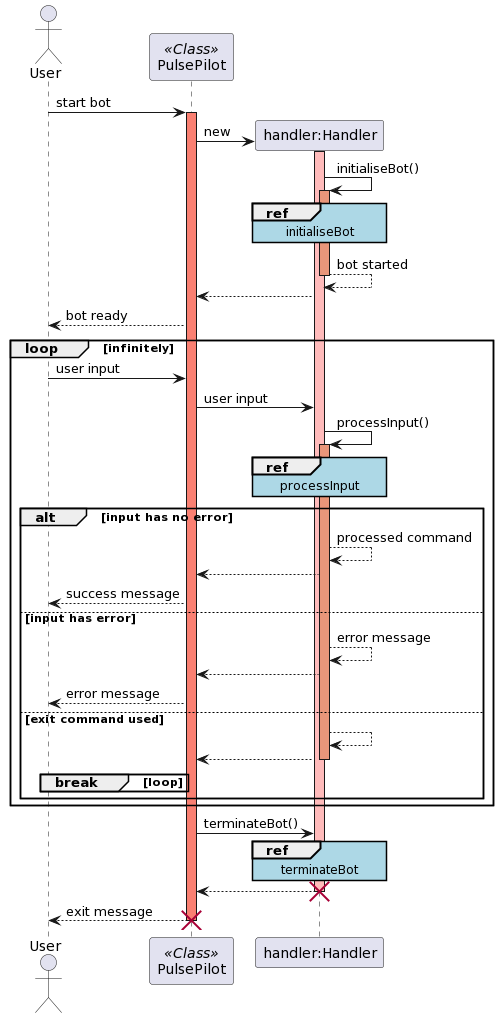
Earlier version of the PlantUML export docs/img/sequence_diagrams/handler_sequence_diagram.png (rouvinerh/tp).
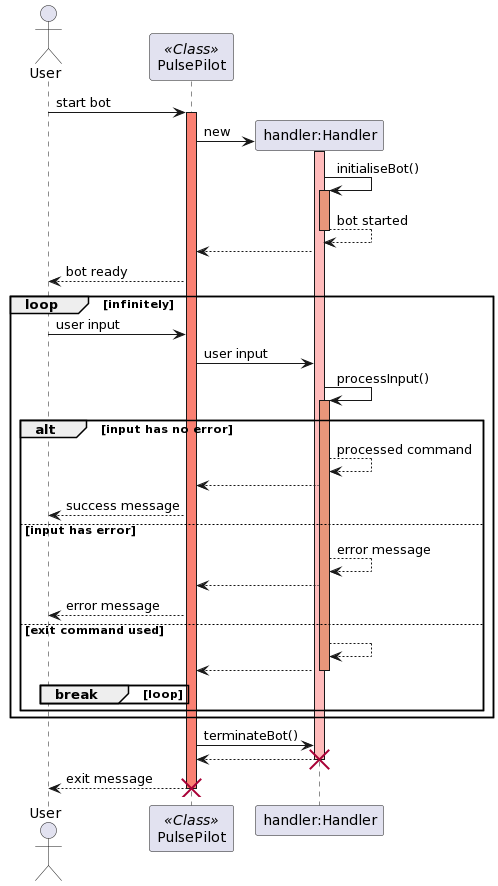
The same diagram one commit later.

The edit, as a diff of the source:
```diff
@@ -9,7 +9,6 @@
 activate "handler:Handler" #FFBBBB
 "handler:Handler" -> "handler:Handler": initialiseBot()
 activate "handler:Handler" #DarkSalmon
-ref over "handler:Handler": initialiseBot
 "handler:Handler" --> "handler:Handler": bot started
 deactivate "handler:Handler" #DarkSalmon
 "handler:Handler" --> PulsePilot
@@ -19,7 +18,6 @@
     User -> PulsePilot: user input
     PulsePilot -> "handler:Handler": user input
     "handler:Handler" -> "handler:Handler": processInput()
-    ref over "handler:Handler": processInput
     activate "handler:Handler" #DarkSalmon
     alt input has no error
         "handler:Handler" --> "handler:Handler": processed command
@@ -42,7 +40,6 @@
     end
 end
     PulsePilot -> "handler:Handler": terminateBot()
-    ref over "handler:Handler": terminateBot
     "handler:Handler" --> PulsePilot:
     destroy "handler:Handler"
     PulsePilot --> User: exit message
```
